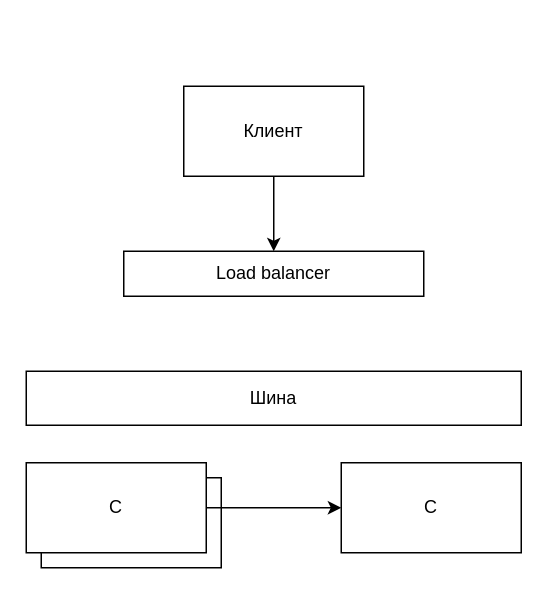
careock/diagrams keeps this draw.io diagram as Обработка игровой логики.drawio. Above is the earlier version. Source tidied: cells renumbered, new cells numbered last; positions are measured from the earlier drawing's top-left corner, leaving out a move shared by most shapes. Both pictures are drawn from the tidied source at 150%, with x=0, y=0 at pixel (26, 86).
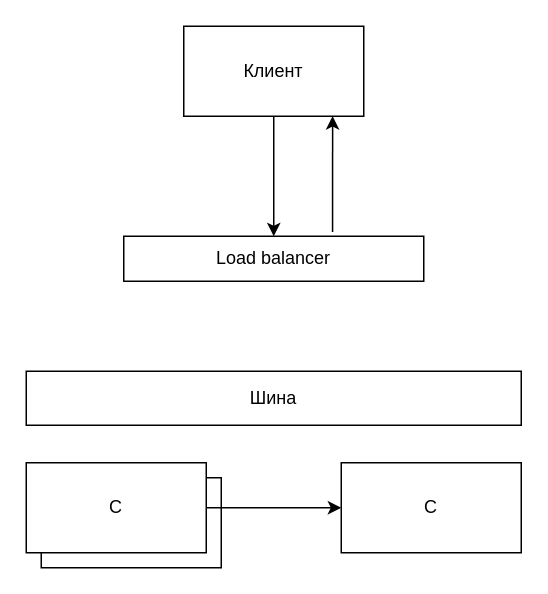
The same diagram, later.

What changed in the source:
```diff
@@
 <mxGraphModel>
   <root>
     <mxCell id="0" />
     <mxCell id="1" parent="0" />
     <mxCell id="2" value="С" style="rounded=0;whiteSpace=wrap;html=1;" parent="1" vertex="1">
       <mxGeometry x="10" y="261" width="120" height="60" as="geometry" />
     </mxCell>
     <mxCell id="3" style="edgeStyle=orthogonalEdgeStyle;rounded=0;jettySize=auto;html=1;entryX=0.5;entryY=0;entryDx=0;entryDy=0;" parent="1" edge="1" source="4" target="9">
       <mxGeometry relative="1" as="geometry" />
     </mxCell>
     <mxCell id="4" value="Клиент" style="rounded=0;whiteSpace=wrap;html=1;" parent="1" vertex="1">
-      <mxGeometry x="105" width="120" height="60" as="geometry" />
+      <mxGeometry x="105" y="-40" width="120" height="60" as="geometry" />
     </mxCell>
     <mxCell id="5" style="edgeStyle=orthogonalEdgeStyle;rounded=0;jettySize=auto;html=1;" parent="1" edge="1" source="6" target="7">
       <mxGeometry relative="1" as="geometry" />
     </mxCell>
     <mxCell id="6" value="С" style="rounded=0;whiteSpace=wrap;html=1;" parent="1" vertex="1">
       <mxGeometry y="251" width="120" height="60" as="geometry" />
     </mxCell>
     <mxCell id="7" value="С" style="rounded=0;whiteSpace=wrap;html=1;" parent="1" vertex="1">
       <mxGeometry x="210" y="251" width="120" height="60" as="geometry" />
     </mxCell>
     <mxCell id="8" value="Шина" style="rounded=0;whiteSpace=wrap;html=1;" parent="1" vertex="1">
       <mxGeometry y="190" width="330" height="36" as="geometry" />
     </mxCell>
+    <mxCell id="10" style="edgeStyle=orthogonalEdgeStyle;rounded=0;jettySize=auto;html=1;entryX=0.827;entryY=0.998;entryDx=0;entryDy=0;entryPerimeter=0;exitX=0.696;exitY=-0.095;exitDx=0;exitDy=0;exitPerimeter=0;" parent="1" edge="1" source="9" target="4">
+      <mxGeometry relative="1" as="geometry" />
+    </mxCell>
     <mxCell id="9" value="Load balancer" style="rounded=0;whiteSpace=wrap;html=1;" parent="1" vertex="1">
-      <mxGeometry x="65" y="110" width="200" height="30" as="geometry" />
+      <mxGeometry x="65" y="100" width="200" height="30" as="geometry" />
     </mxCell>
   </root>
 </mxGraphModel>
```
